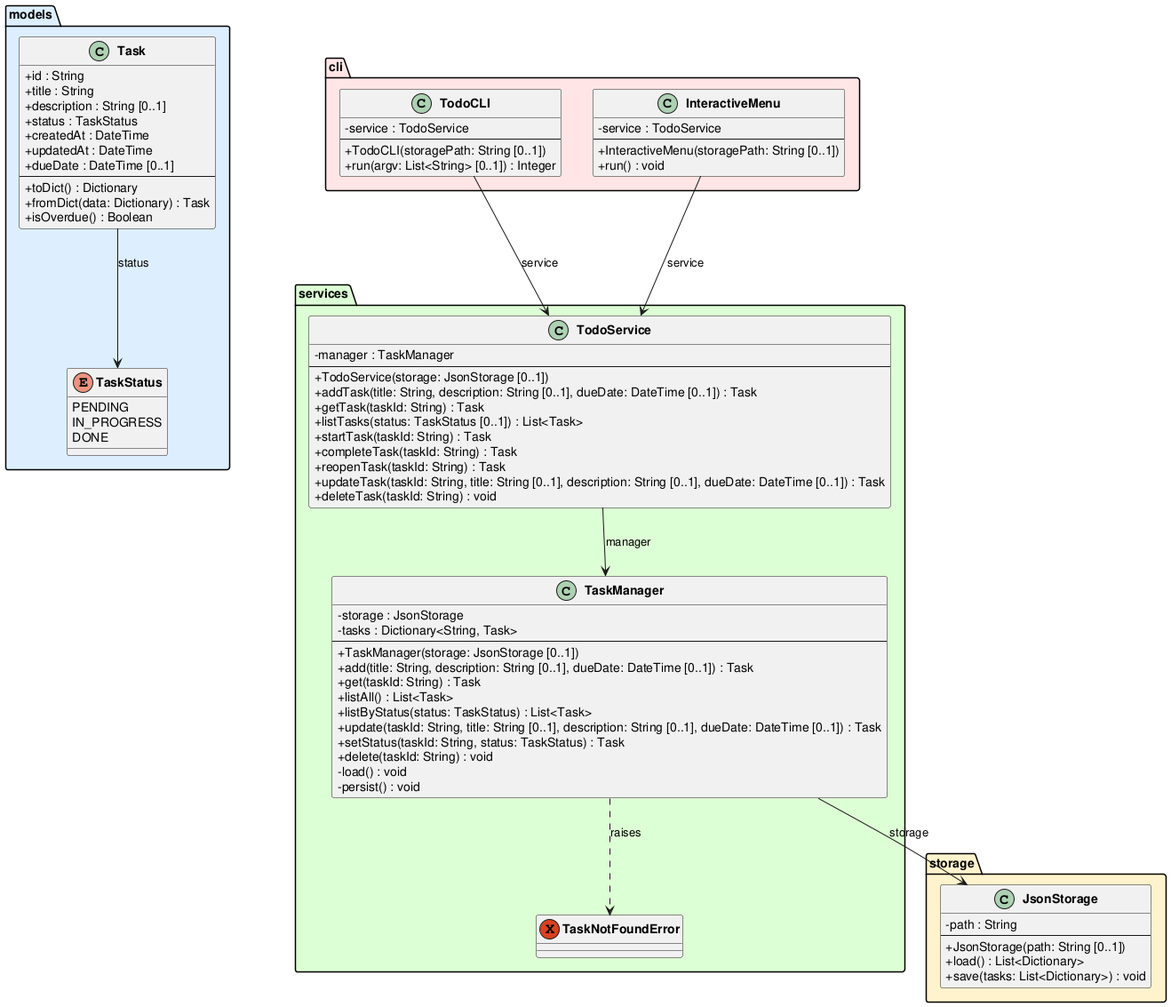
Above: experiments/broadcast/structured_text/TODO/artifacts/class_diagram.png in DanielRiha8906/Software_autoevolution_using_agents (PlantUML), before the change.
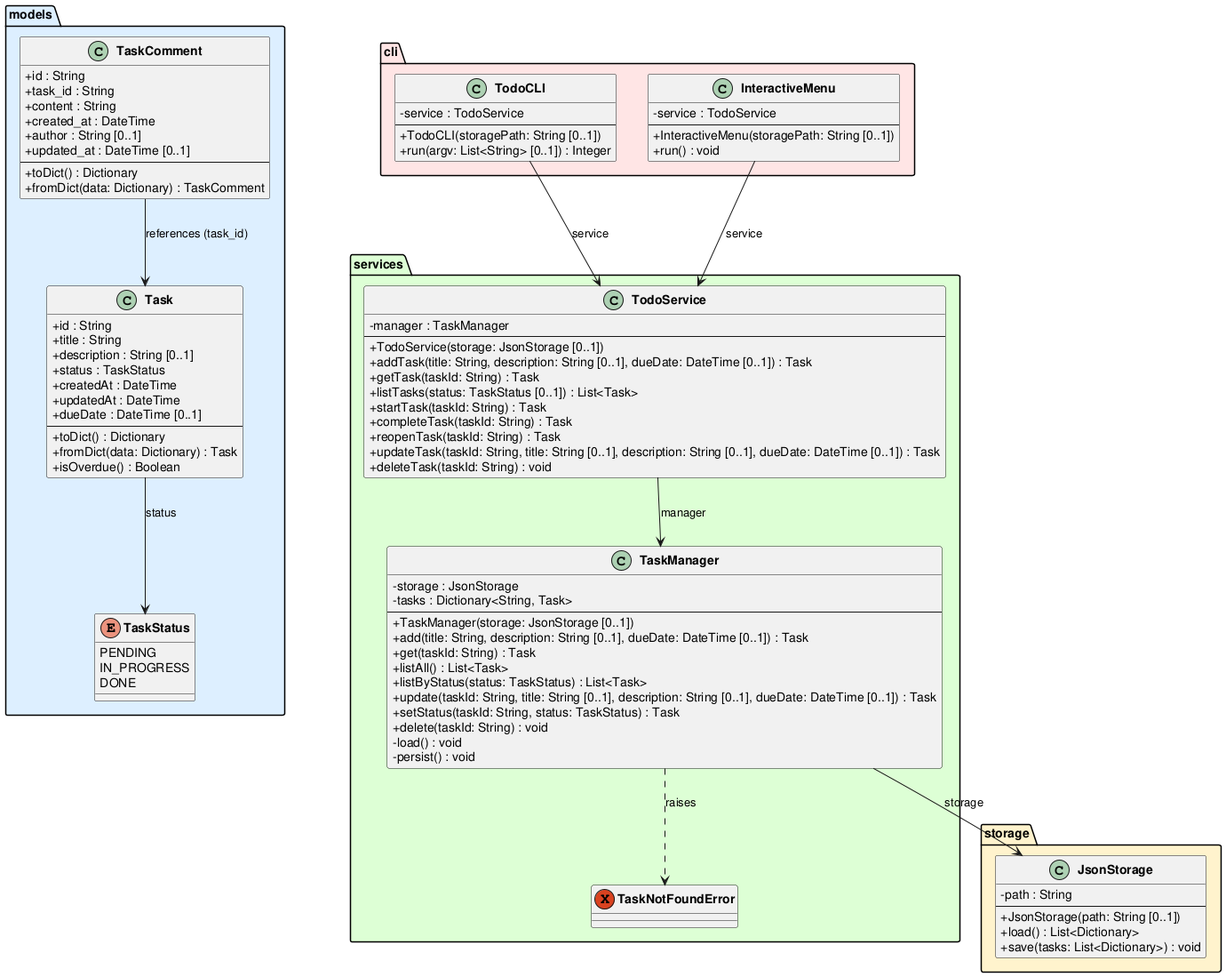
After the change.

What changed in the source:
```diff
@@ -22,6 +22,18 @@
         +toDict() : Dictionary
         +fromDict(data: Dictionary) : Task
         +isOverdue() : Boolean
+    }
+
+    class TaskComment {
+        +id : String
+        +task_id : String
+        +content : String
+        +created_at : DateTime
+        +author : String [0..1]
+        +updated_at : DateTime [0..1]
+        --
+        +toDict() : Dictionary
+        +fromDict(data: Dictionary) : TaskComment
     }
 }
 
@@ -86,6 +98,7 @@
 }
 
 Task --> TaskStatus : status
+TaskComment --> Task : references (task_id)
 TaskManager --> JsonStorage : storage
 TaskManager ..> TaskNotFoundError : raises
 TodoService --> TaskManager : manager
```
